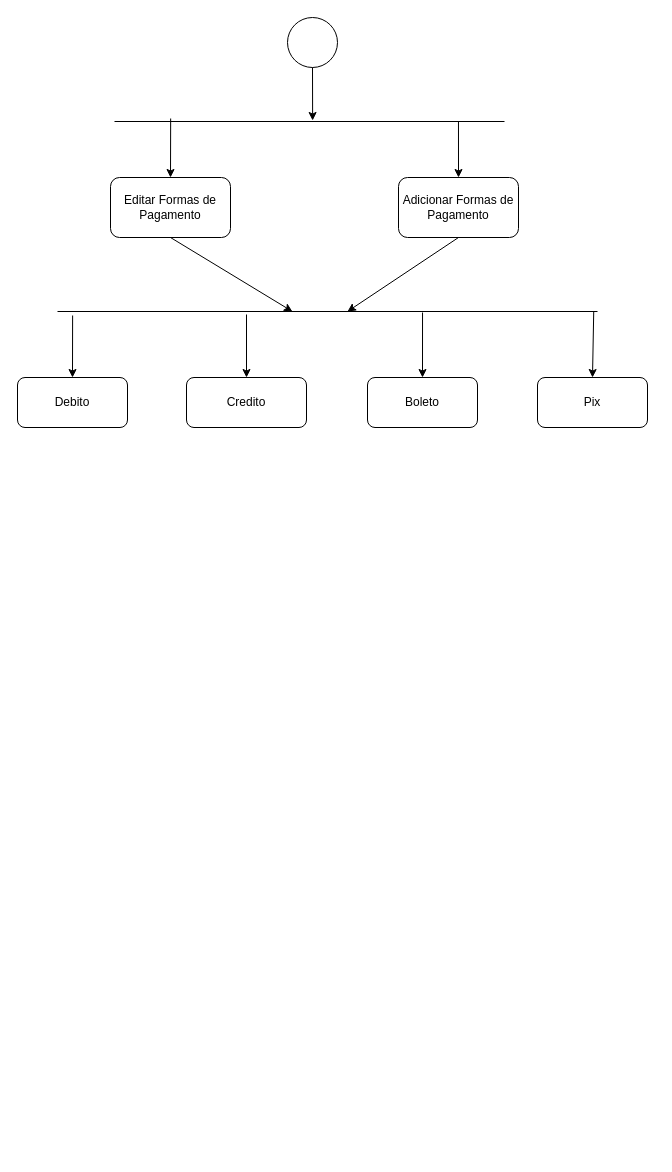
Above: page "FluxoDeAtividadeEditar/AdicionarFormaDePagamentos" (7 of 9) of DiagramasPIMVII.drawio in GustavoFerreira143/AtividadeSenai (draw.io), before the change. Source tidied: cells renumbered, new cells numbered last; positions are measured from the earlier drawing's top-left corner, leaving out a move shared by most shapes. Both pictures are drawn from the tidied source at 100%, with x=0, y=0 at pixel (17, 17).
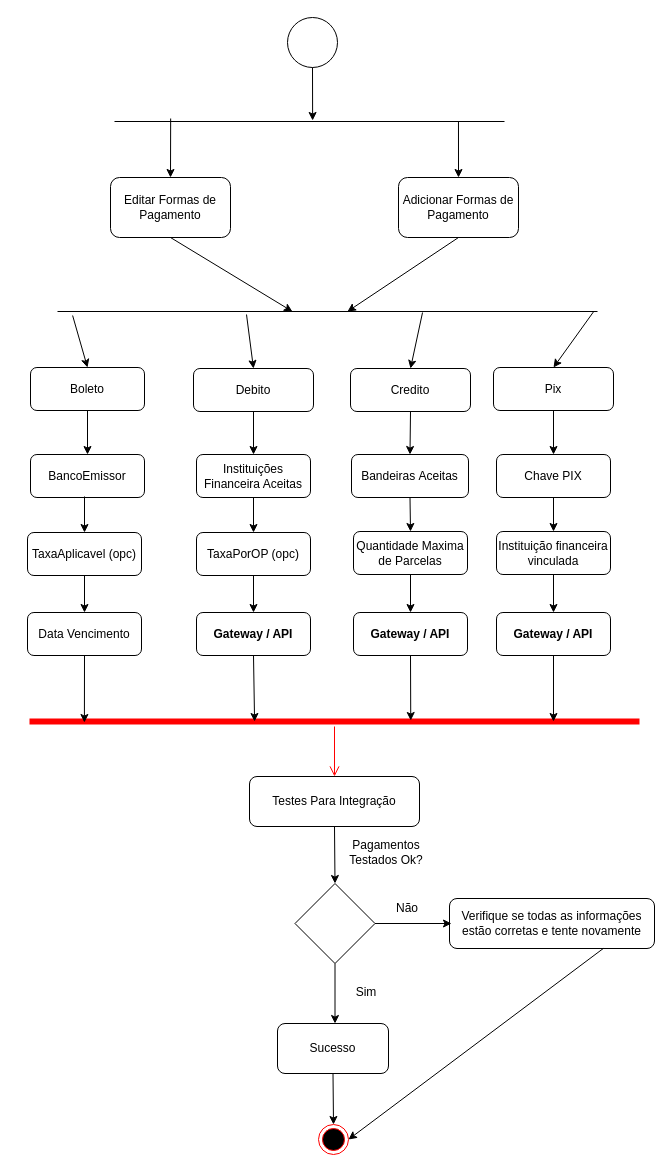
Above is the later version.

The change refers to these unchanged cells:
```xml
<mxCell id="9" style="line;strokeWidth=1;fillColor=none;align=left;verticalAlign=middle;spacingTop=-1;spacingLeft=3;spacingRight=3;labelPosition=right;points=[];portConstraint=eastwest;strokeColor=inherit;" parent="1" vertex="1">
  <mxGeometry x="40" y="290" width="540" height="8" as="geometry" />
</mxCell>
```

The edit, as a diff of the source:
```diff
@@
-    <mxCell id="12" value="Debito" style="rounded=1;whiteSpace=wrap;html=1;" parent="1" vertex="1">
-      <mxGeometry y="360" width="110" height="50" as="geometry" />
-    </mxCell>
-    <mxCell id="13" value="Credito" style="rounded=1;whiteSpace=wrap;html=1;" parent="1" vertex="1">
-      <mxGeometry x="169" y="360" width="120" height="50" as="geometry" />
-    </mxCell>
-    <mxCell id="14" value="Boleto" style="rounded=1;whiteSpace=wrap;html=1;" parent="1" vertex="1">
-      <mxGeometry x="350" y="360" width="110" height="50" as="geometry" />
-    </mxCell>
-    <mxCell id="15" value="Pix" style="rounded=1;whiteSpace=wrap;html=1;" parent="1" vertex="1">
-      <mxGeometry x="520" y="360" width="110" height="50" as="geometry" />
-    </mxCell>
-    <mxCell id="16" style="endArrow=classic;html=1;rounded=0;exitX=0.028;exitY=1;exitDx=0;exitDy=0;exitPerimeter=0;entryX=0.5;entryY=0;entryDx=0;entryDy=0;" parent="1" edge="1" source="9" target="12">
+    <mxCell id="16" style="endArrow=classic;html=1;rounded=0;exitX=0.028;exitY=1;exitDx=0;exitDy=0;exitPerimeter=0;entryX=0.5;entryY=0;entryDx=0;entryDy=0;" parent="1" edge="1" source="9" target="14">
       <mxGeometry relative="1" as="geometry" />
     </mxCell>
-    <mxCell id="17" style="endArrow=classic;html=1;rounded=0;exitX=0.35;exitY=0.875;exitDx=0;exitDy=0;exitPerimeter=0;entryX=0.5;entryY=0;entryDx=0;entryDy=0;" parent="1" edge="1" source="9" target="13">
+    <mxCell id="17" style="endArrow=classic;html=1;rounded=0;exitX=0.35;exitY=0.875;exitDx=0;exitDy=0;exitPerimeter=0;entryX=0.5;entryY=0;entryDx=0;entryDy=0;" parent="1" edge="1" source="9" target="12">
       <mxGeometry relative="1" as="geometry" />
     </mxCell>
-    <mxCell id="18" style="endArrow=classic;html=1;rounded=0;entryX=0.5;entryY=0;entryDx=0;entryDy=0;exitX=0.676;exitY=0.625;exitDx=0;exitDy=0;exitPerimeter=0;" parent="1" edge="1" source="9" target="14">
+    <mxCell id="18" style="endArrow=classic;html=1;rounded=0;entryX=0.5;entryY=0;entryDx=0;entryDy=0;exitX=0.676;exitY=0.625;exitDx=0;exitDy=0;exitPerimeter=0;" parent="1" edge="1" source="9" target="13">
       <mxGeometry relative="1" as="geometry" />
     </mxCell>
@@
+    <mxCell id="14" value="Boleto" style="rounded=1;whiteSpace=wrap;html=1;" parent="1" vertex="1">
+      <mxGeometry x="13" y="350" width="114" height="43" as="geometry" />
+    </mxCell>
+    <mxCell id="12" value="Debito" style="rounded=1;whiteSpace=wrap;html=1;" parent="1" vertex="1">
+      <mxGeometry x="176" y="351" width="120" height="43" as="geometry" />
+    </mxCell>
+    <mxCell id="13" value="Credito" style="rounded=1;whiteSpace=wrap;html=1;" parent="1" vertex="1">
+      <mxGeometry x="333" y="351" width="120" height="43" as="geometry" />
+    </mxCell>
+    <mxCell id="15" value="Pix" style="rounded=1;whiteSpace=wrap;html=1;" parent="1" vertex="1">
+      <mxGeometry x="476" y="350" width="120" height="43" as="geometry" />
+    </mxCell>
+    <mxCell id="20" value="BancoEmissor" style="rounded=1;whiteSpace=wrap;html=1;" parent="1" vertex="1">
+      <mxGeometry x="13" y="437" width="114" height="43" as="geometry" />
+    </mxCell>
+    <mxCell id="21" style="endArrow=classic;html=1;rounded=0;exitX=0.5;exitY=1;exitDx=0;exitDy=0;entryX=0.5;entryY=0;entryDx=0;entryDy=0;" parent="1" edge="1" source="14" target="20">
+      <mxGeometry relative="1" as="geometry" />
+    </mxCell>
+    <mxCell id="22" value="TaxaAplicavel (opc)" style="rounded=1;whiteSpace=wrap;html=1;" parent="1" vertex="1">
+      <mxGeometry x="10" y="515" width="114" height="43" as="geometry" />
+    </mxCell>
+    <mxCell id="23" style="endArrow=classic;html=1;rounded=0;entryX=0.5;entryY=0;entryDx=0;entryDy=0;" parent="1" edge="1" target="22">
+      <mxGeometry relative="1" as="geometry">
+        <mxPoint x="67" y="479" as="sourcePoint" />
+      </mxGeometry>
+    </mxCell>
+    <mxCell id="24" value="Data Vencimento" style="rounded=1;whiteSpace=wrap;html=1;" parent="1" vertex="1">
+      <mxGeometry x="10" y="595" width="114" height="43" as="geometry" />
+    </mxCell>
+    <mxCell id="25" style="endArrow=classic;html=1;rounded=0;exitX=0.5;exitY=1;exitDx=0;exitDy=0;entryX=0.5;entryY=0;entryDx=0;entryDy=0;" parent="1" edge="1" source="22" target="24">
+      <mxGeometry relative="1" as="geometry" />
+    </mxCell>
+    <mxCell id="26" value="Instituições Financeira Aceitas" style="rounded=1;whiteSpace=wrap;html=1;" parent="1" vertex="1">
+      <mxGeometry x="179" y="437" width="114" height="43" as="geometry" />
+    </mxCell>
+    <mxCell id="27" style="endArrow=classic;html=1;rounded=0;exitX=0.5;exitY=1;exitDx=0;exitDy=0;entryX=0.5;entryY=0;entryDx=0;entryDy=0;" parent="1" edge="1" source="12" target="26">
+      <mxGeometry relative="1" as="geometry" />
+    </mxCell>
+    <mxCell id="28" value="TaxaPorOP (opc)" style="rounded=1;whiteSpace=wrap;html=1;" parent="1" vertex="1">
+      <mxGeometry x="179" y="515" width="114" height="43" as="geometry" />
+    </mxCell>
+    <mxCell id="29" style="endArrow=classic;html=1;rounded=0;exitX=0.5;exitY=1;exitDx=0;exitDy=0;entryX=0.5;entryY=0;entryDx=0;entryDy=0;" parent="1" edge="1" source="26" target="28">
+      <mxGeometry relative="1" as="geometry" />
+    </mxCell>
+    <mxCell id="30" value="Bandeiras&amp;nbsp;&lt;span style=&quot;background-color: transparent; color: light-dark(rgb(0, 0, 0), rgb(255, 255, 255));&quot;&gt;Aceitas&lt;/span&gt;" style="rounded=1;whiteSpace=wrap;html=1;" parent="1" vertex="1">
+      <mxGeometry x="334" y="437" width="117" height="43" as="geometry" />
+    </mxCell>
+    <mxCell id="31" style="endArrow=classic;html=1;rounded=0;exitX=0.5;exitY=1;exitDx=0;exitDy=0;entryX=0.5;entryY=0;entryDx=0;entryDy=0;" parent="1" edge="1" source="13" target="30">
+      <mxGeometry relative="1" as="geometry" />
+    </mxCell>
+    <mxCell id="32" value="Quantidade Maxima de Parcelas" style="rounded=1;whiteSpace=wrap;html=1;" parent="1" vertex="1">
+      <mxGeometry x="336" y="514" width="114" height="43" as="geometry" />
+    </mxCell>
+    <mxCell id="33" style="endArrow=classic;html=1;rounded=0;exitX=0.5;exitY=1;exitDx=0;exitDy=0;entryX=0.5;entryY=0;entryDx=0;entryDy=0;" parent="1" edge="1" source="30" target="32">
+      <mxGeometry relative="1" as="geometry" />
+    </mxCell>
+    <mxCell id="34" value="Chave PIX" style="rounded=1;whiteSpace=wrap;html=1;" parent="1" vertex="1">
+      <mxGeometry x="479" y="437" width="114" height="43" as="geometry" />
+    </mxCell>
+    <mxCell id="35" style="endArrow=classic;html=1;rounded=0;entryX=0.5;entryY=0;entryDx=0;entryDy=0;exitX=0.5;exitY=1;exitDx=0;exitDy=0;" parent="1" edge="1" source="15" target="34">
+      <mxGeometry relative="1" as="geometry" />
+    </mxCell>
+    <mxCell id="36" value="Instituição financeira vinculada" style="rounded=1;whiteSpace=wrap;html=1;" parent="1" vertex="1">
+      <mxGeometry x="479" y="514" width="114" height="43" as="geometry" />
+    </mxCell>
+    <mxCell id="37" value="&lt;strong&gt;Gateway / API&lt;/strong&gt;" style="rounded=1;whiteSpace=wrap;html=1;" parent="1" vertex="1">
+      <mxGeometry x="479" y="595" width="114" height="43" as="geometry" />
+    </mxCell>
+    <mxCell id="38" value="&lt;strong&gt;Gateway / API&lt;/strong&gt;" style="rounded=1;whiteSpace=wrap;html=1;" parent="1" vertex="1">
+      <mxGeometry x="336" y="595" width="114" height="43" as="geometry" />
+    </mxCell>
+    <mxCell id="39" value="&lt;strong&gt;Gateway / API&lt;/strong&gt;" style="rounded=1;whiteSpace=wrap;html=1;" parent="1" vertex="1">
+      <mxGeometry x="179" y="595" width="114" height="43" as="geometry" />
+    </mxCell>
+    <mxCell id="40" style="endArrow=classic;html=1;rounded=0;exitX=0.5;exitY=1;exitDx=0;exitDy=0;entryX=0.5;entryY=0;entryDx=0;entryDy=0;" parent="1" edge="1" source="28" target="39">
+      <mxGeometry relative="1" as="geometry" />
+    </mxCell>
+    <mxCell id="41" style="endArrow=classic;html=1;rounded=0;exitX=0.5;exitY=1;exitDx=0;exitDy=0;entryX=0.5;entryY=0;entryDx=0;entryDy=0;" parent="1" edge="1" source="32" target="38">
+      <mxGeometry relative="1" as="geometry" />
+    </mxCell>
+    <mxCell id="42" style="endArrow=classic;html=1;rounded=0;entryX=0.5;entryY=0;entryDx=0;entryDy=0;exitX=0.5;exitY=1;exitDx=0;exitDy=0;" parent="1" edge="1" source="34" target="36">
+      <mxGeometry relative="1" as="geometry" />
+    </mxCell>
+    <mxCell id="43" style="endArrow=classic;html=1;rounded=0;entryX=0.5;entryY=0;entryDx=0;entryDy=0;exitX=0.5;exitY=1;exitDx=0;exitDy=0;" parent="1" edge="1" source="36" target="37">
+      <mxGeometry relative="1" as="geometry" />
+    </mxCell>
+    <mxCell id="44" style="shape=line;html=1;strokeWidth=6;strokeColor=#ff0000;" parent="1" vertex="1">
+      <mxGeometry x="12" y="699" width="610" height="10" as="geometry" />
+    </mxCell>
+    <mxCell id="45" style="edgeStyle=orthogonalEdgeStyle;html=1;verticalAlign=bottom;endArrow=open;endSize=8;strokeColor=#ff0000;rounded=0;entryX=0.5;entryY=0;entryDx=0;entryDy=0;" parent="1" edge="1" source="44" target="50">
+      <mxGeometry relative="1" as="geometry" />
+    </mxCell>
+    <mxCell id="46" style="endArrow=classic;html=1;rounded=0;exitX=0.5;exitY=1;exitDx=0;exitDy=0;entryX=0.09;entryY=0.6;entryDx=0;entryDy=0;entryPerimeter=0;" parent="1" edge="1" source="24" target="44">
+      <mxGeometry relative="1" as="geometry" />
+    </mxCell>
+    <mxCell id="47" style="endArrow=classic;html=1;rounded=0;exitX=0.5;exitY=1;exitDx=0;exitDy=0;entryX=0.369;entryY=0.5;entryDx=0;entryDy=0;entryPerimeter=0;" parent="1" edge="1" source="39" target="44">
+      <mxGeometry relative="1" as="geometry" />
+    </mxCell>
+    <mxCell id="48" style="endArrow=classic;html=1;rounded=0;entryX=0.625;entryY=0.4;entryDx=0;entryDy=0;entryPerimeter=0;exitX=0.5;exitY=1;exitDx=0;exitDy=0;" parent="1" edge="1" source="38" target="44">
+      <mxGeometry relative="1" as="geometry" />
+    </mxCell>
+    <mxCell id="49" style="endArrow=classic;html=1;rounded=0;entryX=0.859;entryY=0.5;entryDx=0;entryDy=0;entryPerimeter=0;exitX=0.5;exitY=1;exitDx=0;exitDy=0;" parent="1" edge="1" source="37" target="44">
+      <mxGeometry relative="1" as="geometry" />
+    </mxCell>
+    <mxCell id="50" value="Testes Para Integração" style="rounded=1;whiteSpace=wrap;html=1;" parent="1" vertex="1">
+      <mxGeometry x="232" y="759" width="170" height="50" as="geometry" />
+    </mxCell>
+    <mxCell id="51" style="rhombus;whiteSpace=wrap;html=1;" parent="1" vertex="1">
+      <mxGeometry x="277.5" y="866" width="80" height="80" as="geometry" />
+    </mxCell>
+    <mxCell id="52" value="Pagamentos Testados Ok?" style="text;html=1;align=center;verticalAlign=middle;whiteSpace=wrap;rounded=0;" parent="1" vertex="1">
+      <mxGeometry x="318.5" y="820" width="100" height="30" as="geometry" />
+    </mxCell>
+    <mxCell id="53" value="Verifique se todas as informações estão corretas e tente novamente" style="rounded=1;whiteSpace=wrap;html=1;" parent="1" vertex="1">
+      <mxGeometry x="432" y="881" width="205" height="50" as="geometry" />
+    </mxCell>
+    <mxCell id="54" style="endArrow=classic;html=1;rounded=0;exitX=1;exitY=0.5;exitDx=0;exitDy=0;entryX=0;entryY=0.5;entryDx=0;entryDy=0;" parent="1" edge="1" source="51">
+      <mxGeometry relative="1" as="geometry">
+        <mxPoint x="434" y="906" as="targetPoint" />
+      </mxGeometry>
+    </mxCell>
+    <mxCell id="55" value="Não" style="text;html=1;align=center;verticalAlign=middle;whiteSpace=wrap;rounded=0;" parent="1" vertex="1">
+      <mxGeometry x="359.5" y="876" width="60" height="30" as="geometry" />
+    </mxCell>
+    <mxCell id="56" style="endArrow=classic;html=1;rounded=0;exitX=0.5;exitY=1;exitDx=0;exitDy=0;entryX=0.5;entryY=0;entryDx=0;entryDy=0;" parent="1" edge="1" source="51">
+      <mxGeometry relative="1" as="geometry">
+        <mxPoint x="317.5" y="1006" as="targetPoint" />
+      </mxGeometry>
+    </mxCell>
+    <mxCell id="57" value="Sucesso" style="rounded=1;whiteSpace=wrap;html=1;" parent="1" vertex="1">
+      <mxGeometry x="260" y="1006" width="111" height="50" as="geometry" />
+    </mxCell>
+    <mxCell id="58" style="endArrow=classic;html=1;rounded=0;entryX=0.5;entryY=0;entryDx=0;entryDy=0;exitX=0.5;exitY=1;exitDx=0;exitDy=0;" parent="1" edge="1" source="50" target="51">
+      <mxGeometry relative="1" as="geometry" />
+    </mxCell>
+    <mxCell id="59" value="Sim" style="text;html=1;align=center;verticalAlign=middle;whiteSpace=wrap;rounded=0;" parent="1" vertex="1">
+      <mxGeometry x="318.5" y="960" width="60" height="30" as="geometry" />
+    </mxCell>
+    <mxCell id="60" style="ellipse;html=1;shape=endState;fillColor=#000000;strokeColor=#ff0000;" parent="1" vertex="1">
+      <mxGeometry x="301" y="1107" width="30" height="30" as="geometry" />
+    </mxCell>
+    <mxCell id="61" style="endArrow=classic;html=1;rounded=0;entryX=0.5;entryY=0;entryDx=0;entryDy=0;exitX=0.5;exitY=1;exitDx=0;exitDy=0;" parent="1" edge="1" source="57" target="60">
+      <mxGeometry relative="1" as="geometry" />
+    </mxCell>
+    <mxCell id="62" style="endArrow=classic;html=1;rounded=0;entryX=1;entryY=0.5;entryDx=0;entryDy=0;exitX=0.75;exitY=1;exitDx=0;exitDy=0;" parent="1" edge="1" source="53" target="60">
+      <mxGeometry relative="1" as="geometry" />
+    </mxCell>
```
